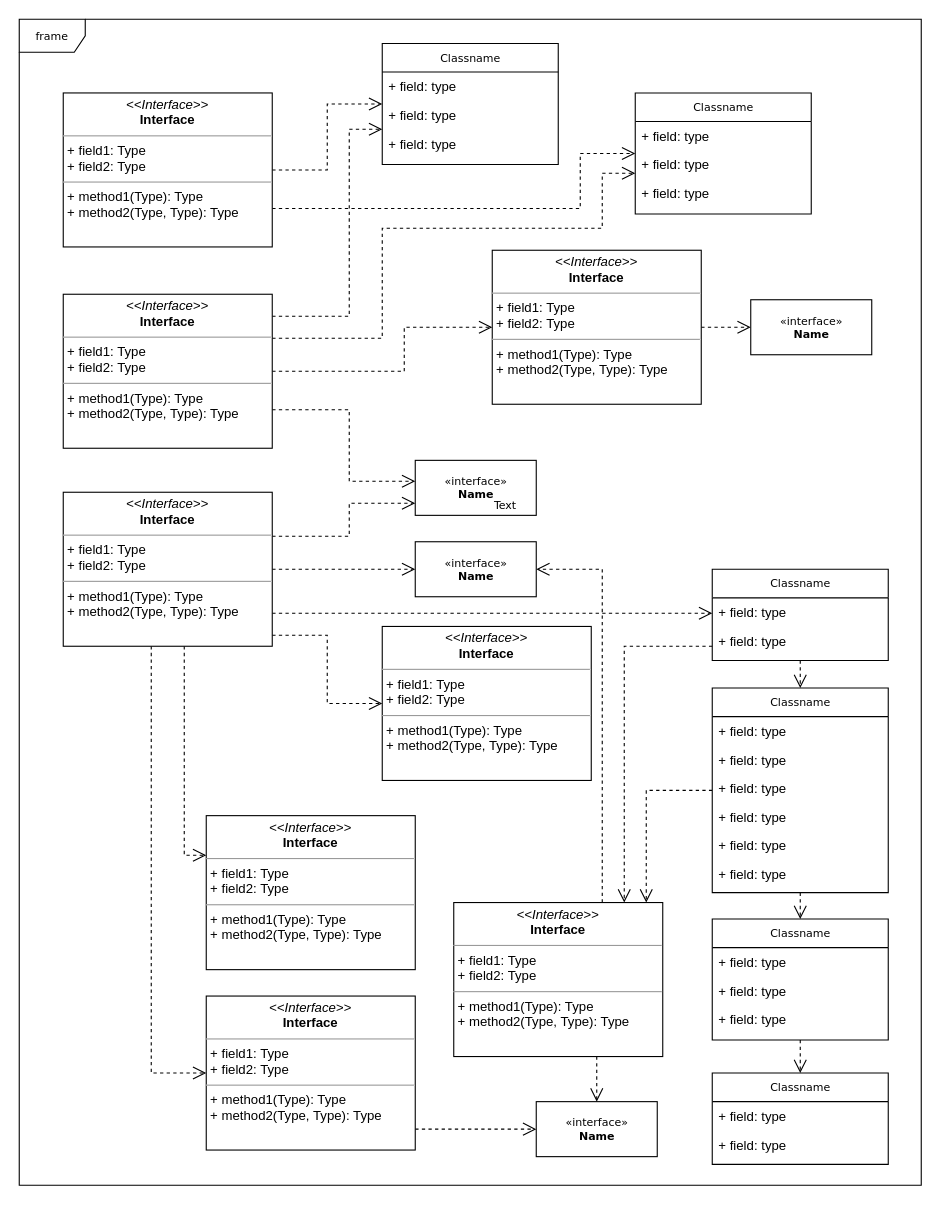
This is Диаграмма без названия.drawio from Verina19/Kours_Culinary, a draw.io file, before an edit. Source tidied: cells renumbered, new cells numbered last; positions are measured from the earlier drawing's top-left corner, leaving out a move shared by most shapes. Both pictures are drawn from the tidied source at 110%, with x=0, y=0 at pixel (19, 19).
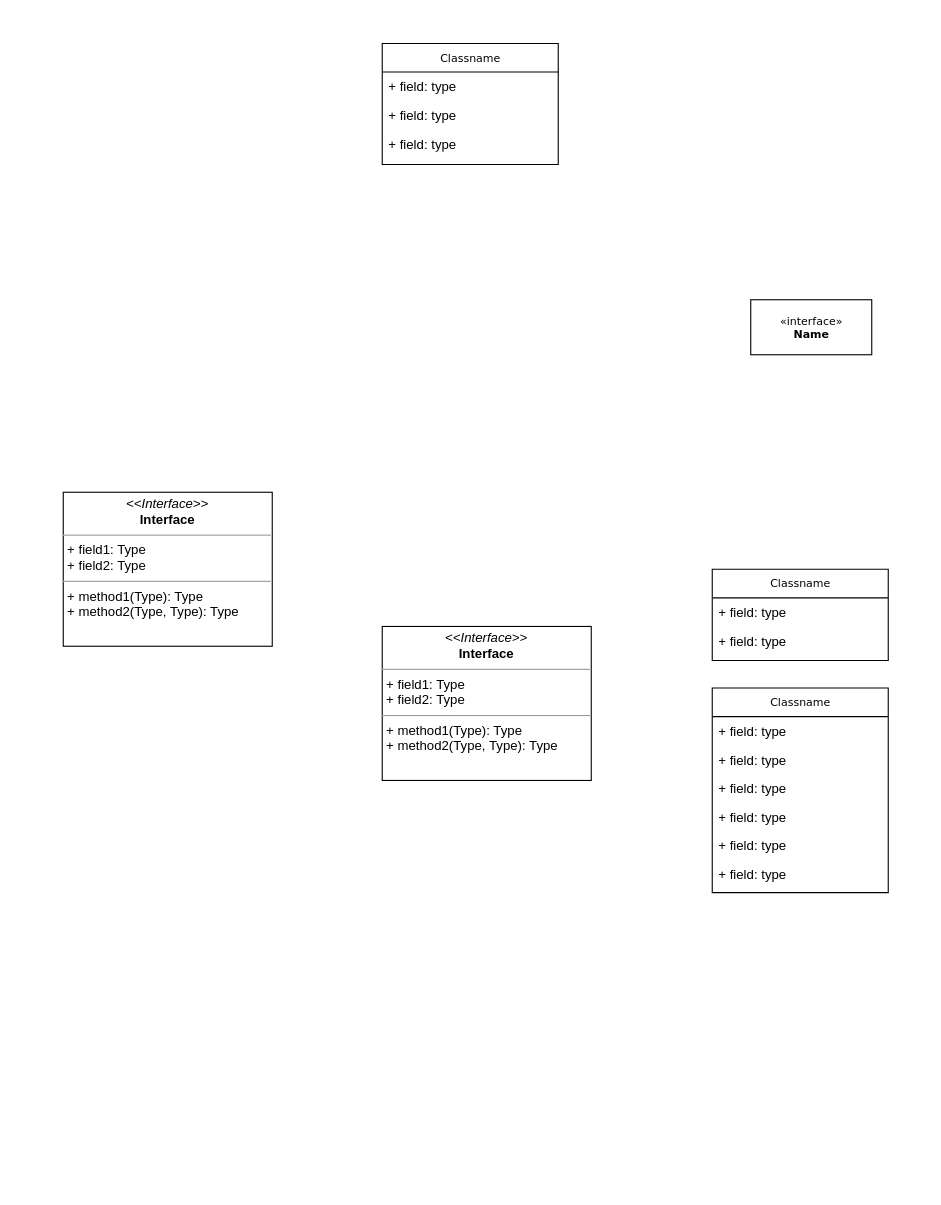
The same page after the edit.

Unchanged cells that the change refers to:
```xml
<mxCell id="5" value="Classname" style="swimlane;html=1;fontStyle=0;horizontal=1;startSize=26;fillColor=none;swimlaneFillColor=#ffffff;rounded=0;shadow=0;comic=0;labelBackgroundColor=none;strokeWidth=1;fontFamily=Verdana;fontSize=10;align=center;" parent="1" vertex="1">
  <mxGeometry x="630" y="608" width="160" height="186" as="geometry" />
</mxCell>
<mxCell id="12" value="Classname" style="swimlane;html=1;fontStyle=0;horizontal=1;startSize=26;fillColor=none;swimlaneFillColor=#ffffff;rounded=0;shadow=0;comic=0;labelBackgroundColor=none;strokeWidth=1;fontFamily=Verdana;fontSize=10;align=center;" parent="1" vertex="1">
  <mxGeometry x="330" y="22" width="160" height="110" as="geometry" />
</mxCell>
<mxCell id="29" value="Classname" style="swimlane;html=1;fontStyle=0;horizontal=1;startSize=26;fillColor=none;swimlaneFillColor=#ffffff;rounded=0;shadow=0;comic=0;labelBackgroundColor=none;strokeWidth=1;fontFamily=Verdana;fontSize=10;align=center;" parent="1" vertex="1">
  <mxGeometry x="630" y="500" width="160" height="83" as="geometry" />
</mxCell>
<mxCell id="36" value="&lt;p style=&quot;margin:0px;margin-top:4px;text-align:center;&quot;&gt;&lt;i&gt;&amp;lt;&amp;lt;Interface&amp;gt;&amp;gt;&lt;/i&gt;&lt;br/&gt;&lt;b&gt;Interface&lt;/b&gt;&lt;/p&gt;&lt;hr size=&quot;1&quot;/&gt;&lt;p style=&quot;margin:0px;margin-left:4px;&quot;&gt;+ field1: Type&lt;br/&gt;+ field2: Type&lt;/p&gt;&lt;hr size=&quot;1&quot;/&gt;&lt;p style=&quot;margin:0px;margin-left:4px;&quot;&gt;+ method1(Type): Type&lt;br/&gt;+ method2(Type, Type): Type&lt;/p&gt;" style="verticalAlign=top;align=left;overflow=fill;fontSize=12;fontFamily=Helvetica;html=1;rounded=0;shadow=0;comic=0;labelBackgroundColor=none;strokeWidth=1;" parent="1" vertex="1">
  <mxGeometry x="330" y="552" width="190" height="140" as="geometry" />
</mxCell>
<mxCell id="45" value="&amp;laquo;interface&amp;raquo;&lt;br&gt;&lt;b&gt;Name&lt;/b&gt;" style="html=1;rounded=0;shadow=0;comic=0;labelBackgroundColor=none;strokeWidth=1;fontFamily=Verdana;fontSize=10;align=center;" parent="1" vertex="1">
  <mxGeometry x="665" y="255" width="110" height="50" as="geometry" />
</mxCell>
<mxCell id="60" value="&lt;p style=&quot;margin:0px;margin-top:4px;text-align:center;&quot;&gt;&lt;i&gt;&amp;lt;&amp;lt;Interface&amp;gt;&amp;gt;&lt;/i&gt;&lt;br/&gt;&lt;b&gt;Interface&lt;/b&gt;&lt;/p&gt;&lt;hr size=&quot;1&quot;/&gt;&lt;p style=&quot;margin:0px;margin-left:4px;&quot;&gt;+ field1: Type&lt;br/&gt;+ field2: Type&lt;/p&gt;&lt;hr size=&quot;1&quot;/&gt;&lt;p style=&quot;margin:0px;margin-left:4px;&quot;&gt;+ method1(Type): Type&lt;br/&gt;+ method2(Type, Type): Type&lt;/p&gt;" style="verticalAlign=top;align=left;overflow=fill;fontSize=12;fontFamily=Helvetica;html=1;rounded=0;shadow=0;comic=0;labelBackgroundColor=none;strokeWidth=1;" parent="1" vertex="1">
  <mxGeometry x="40" y="430" width="190" height="140" as="geometry" />
</mxCell>
```

What changed in the source:
```diff
@@
-    <mxCell id="2" value="frame" style="shape=umlFrame;whiteSpace=wrap;html=1;rounded=0;shadow=0;comic=0;labelBackgroundColor=none;strokeWidth=1;fontFamily=Verdana;fontSize=10;align=center;" parent="1" vertex="1">
-      <mxGeometry width="820" height="1060" as="geometry" />
-    </mxCell>
-    <mxCell id="3" style="edgeStyle=orthogonalEdgeStyle;rounded=0;html=1;dashed=1;labelBackgroundColor=none;startFill=0;endArrow=open;endFill=0;endSize=10;fontFamily=Verdana;fontSize=10;" parent="1" edge="1" source="5" target="35">
-      <mxGeometry relative="1" as="geometry">
-        <Array as="points">
-          <mxPoint x="570" y="701" />
-        </Array>
-      </mxGeometry>
-    </mxCell>
-    <mxCell id="4" style="edgeStyle=orthogonalEdgeStyle;rounded=0;html=1;dashed=1;labelBackgroundColor=none;startFill=0;endArrow=open;endFill=0;endSize=10;fontFamily=Verdana;fontSize=10;" parent="1" edge="1" source="5" target="24">
-      <mxGeometry relative="1" as="geometry" />
-    </mxCell>
@@
-    <mxCell id="16" value="Classname" style="swimlane;html=1;fontStyle=0;horizontal=1;startSize=26;fillColor=none;swimlaneFillColor=#ffffff;rounded=0;shadow=0;comic=0;labelBackgroundColor=none;strokeWidth=1;fontFamily=Verdana;fontSize=10;align=center;" parent="1" vertex="1">
-      <mxGeometry x="560" y="67" width="160" height="110" as="geometry" />
-    </mxCell>
-    <mxCell id="17" value="+ field: type" style="text;html=1;strokeColor=none;fillColor=none;align=left;verticalAlign=top;spacingLeft=4;spacingRight=4;whiteSpace=wrap;overflow=hidden;" parent="16" vertex="1">
-      <mxGeometry y="26" width="160" height="26" as="geometry" />
-    </mxCell>
-    <mxCell id="18" value="+ field: type" style="text;html=1;strokeColor=none;fillColor=none;align=left;verticalAlign=top;spacingLeft=4;spacingRight=4;whiteSpace=wrap;overflow=hidden;" parent="16" vertex="1">
-      <mxGeometry y="52" width="160" height="26" as="geometry" />
-    </mxCell>
-    <mxCell id="19" value="+ field: type" style="text;html=1;strokeColor=none;fillColor=none;align=left;verticalAlign=top;spacingLeft=4;spacingRight=4;whiteSpace=wrap;overflow=hidden;" parent="16" vertex="1">
-      <mxGeometry y="78" width="160" height="26" as="geometry" />
-    </mxCell>
-    <mxCell id="20" value="Classname" style="swimlane;html=1;fontStyle=0;horizontal=1;startSize=26;fillColor=none;swimlaneFillColor=#ffffff;rounded=0;shadow=0;comic=0;labelBackgroundColor=none;strokeWidth=1;fontFamily=Verdana;fontSize=10;align=center;" parent="1" vertex="1">
-      <mxGeometry x="630" y="958" width="160" height="83" as="geometry" />
-    </mxCell>
-    <mxCell id="21" value="+ field: type" style="text;html=1;strokeColor=none;fillColor=none;align=left;verticalAlign=top;spacingLeft=4;spacingRight=4;whiteSpace=wrap;overflow=hidden;" parent="20" vertex="1">
-      <mxGeometry y="26" width="160" height="26" as="geometry" />
-    </mxCell>
-    <mxCell id="22" value="+ field: type" style="text;html=1;strokeColor=none;fillColor=none;align=left;verticalAlign=top;spacingLeft=4;spacingRight=4;whiteSpace=wrap;overflow=hidden;" parent="20" vertex="1">
-      <mxGeometry y="52" width="160" height="26" as="geometry" />
-    </mxCell>
-    <mxCell id="23" style="edgeStyle=orthogonalEdgeStyle;rounded=0;html=1;dashed=1;labelBackgroundColor=none;startFill=0;endArrow=open;endFill=0;endSize=10;fontFamily=Verdana;fontSize=10;" parent="1" edge="1" source="24" target="20">
-      <mxGeometry relative="1" as="geometry" />
-    </mxCell>
-    <mxCell id="24" value="Classname" style="swimlane;html=1;fontStyle=0;horizontal=1;startSize=26;fillColor=none;swimlaneFillColor=#ffffff;rounded=0;shadow=0;comic=0;labelBackgroundColor=none;strokeWidth=1;fontFamily=Verdana;fontSize=10;align=center;" parent="1" vertex="1">
-      <mxGeometry x="630" y="818" width="160" height="110" as="geometry" />
-    </mxCell>
-    <mxCell id="25" value="+ field: type" style="text;html=1;strokeColor=none;fillColor=none;align=left;verticalAlign=top;spacingLeft=4;spacingRight=4;whiteSpace=wrap;overflow=hidden;" parent="24" vertex="1">
-      <mxGeometry y="26" width="160" height="26" as="geometry" />
-    </mxCell>
-    <mxCell id="26" value="+ field: type" style="text;html=1;strokeColor=none;fillColor=none;align=left;verticalAlign=top;spacingLeft=4;spacingRight=4;whiteSpace=wrap;overflow=hidden;" parent="24" vertex="1">
-      <mxGeometry y="52" width="160" height="26" as="geometry" />
-    </mxCell>
-    <mxCell id="27" value="+ field: type" style="text;html=1;strokeColor=none;fillColor=none;align=left;verticalAlign=top;spacingLeft=4;spacingRight=4;whiteSpace=wrap;overflow=hidden;" parent="24" vertex="1">
-      <mxGeometry y="78" width="160" height="26" as="geometry" />
-    </mxCell>
-    <mxCell id="28" style="edgeStyle=orthogonalEdgeStyle;rounded=0;html=1;dashed=1;labelBackgroundColor=none;startFill=0;endArrow=open;endFill=0;endSize=10;fontFamily=Verdana;fontSize=10;" parent="1" edge="1" source="29" target="5">
-      <mxGeometry relative="1" as="geometry" />
-    </mxCell>
@@
-    <mxCell id="32" value="&amp;laquo;interface&amp;raquo;&lt;br&gt;&lt;b&gt;Name&lt;/b&gt;" style="html=1;rounded=0;shadow=0;comic=0;labelBackgroundColor=none;strokeWidth=1;fontFamily=Verdana;fontSize=10;align=center;" parent="1" vertex="1">
-      <mxGeometry x="470" y="984" width="110" height="50" as="geometry" />
-    </mxCell>
-    <mxCell id="33" style="edgeStyle=orthogonalEdgeStyle;rounded=0;html=1;dashed=1;labelBackgroundColor=none;startFill=0;endArrow=open;endFill=0;endSize=10;fontFamily=Verdana;fontSize=10;" parent="1" edge="1" source="35" target="32">
-      <mxGeometry relative="1" as="geometry">
-        <Array as="points">
-          <mxPoint x="525" y="950" />
-          <mxPoint x="525" y="950" />
-        </Array>
-      </mxGeometry>
-    </mxCell>
-    <mxCell id="34" style="edgeStyle=orthogonalEdgeStyle;rounded=0;html=1;dashed=1;labelBackgroundColor=none;startFill=0;endArrow=open;endFill=0;endSize=10;fontFamily=Verdana;fontSize=10;" parent="1" edge="1" source="35" target="40">
-      <mxGeometry relative="1" as="geometry">
-        <Array as="points">
-          <mxPoint x="530" y="500" />
-        </Array>
-      </mxGeometry>
-    </mxCell>
-    <mxCell id="35" value="&lt;p style=&quot;margin:0px;margin-top:4px;text-align:center;&quot;&gt;&lt;i&gt;&amp;lt;&amp;lt;Interface&amp;gt;&amp;gt;&lt;/i&gt;&lt;br/&gt;&lt;b&gt;Interface&lt;/b&gt;&lt;/p&gt;&lt;hr size=&quot;1&quot;/&gt;&lt;p style=&quot;margin:0px;margin-left:4px;&quot;&gt;+ field1: Type&lt;br/&gt;+ field2: Type&lt;/p&gt;&lt;hr size=&quot;1&quot;/&gt;&lt;p style=&quot;margin:0px;margin-left:4px;&quot;&gt;+ method1(Type): Type&lt;br/&gt;+ method2(Type, Type): Type&lt;/p&gt;" style="verticalAlign=top;align=left;overflow=fill;fontSize=12;fontFamily=Helvetica;html=1;rounded=0;shadow=0;comic=0;labelBackgroundColor=none;strokeWidth=1;" parent="1" vertex="1">
-      <mxGeometry x="395" y="803" width="190" height="140" as="geometry" />
-    </mxCell>
@@
-    <mxCell id="37" style="edgeStyle=orthogonalEdgeStyle;rounded=0;html=1;dashed=1;labelBackgroundColor=none;startFill=0;endArrow=open;endFill=0;endSize=10;fontFamily=Verdana;fontSize=10;" parent="1" edge="1" source="38" target="32">
-      <mxGeometry relative="1" as="geometry">
-        <Array as="points">
-          <mxPoint x="390" y="1009" />
-          <mxPoint x="390" y="1009" />
-        </Array>
-      </mxGeometry>
-    </mxCell>
-    <mxCell id="38" value="&lt;p style=&quot;margin:0px;margin-top:4px;text-align:center;&quot;&gt;&lt;i&gt;&amp;lt;&amp;lt;Interface&amp;gt;&amp;gt;&lt;/i&gt;&lt;br/&gt;&lt;b&gt;Interface&lt;/b&gt;&lt;/p&gt;&lt;hr size=&quot;1&quot;/&gt;&lt;p style=&quot;margin:0px;margin-left:4px;&quot;&gt;+ field1: Type&lt;br/&gt;+ field2: Type&lt;/p&gt;&lt;hr size=&quot;1&quot;/&gt;&lt;p style=&quot;margin:0px;margin-left:4px;&quot;&gt;+ method1(Type): Type&lt;br/&gt;+ method2(Type, Type): Type&lt;/p&gt;" style="verticalAlign=top;align=left;overflow=fill;fontSize=12;fontFamily=Helvetica;html=1;rounded=0;shadow=0;comic=0;labelBackgroundColor=none;strokeWidth=1;" parent="1" vertex="1">
-      <mxGeometry x="170" y="888" width="190" height="140" as="geometry" />
-    </mxCell>
-    <mxCell id="39" value="&lt;p style=&quot;margin:0px;margin-top:4px;text-align:center;&quot;&gt;&lt;i&gt;&amp;lt;&amp;lt;Interface&amp;gt;&amp;gt;&lt;/i&gt;&lt;br/&gt;&lt;b&gt;Interface&lt;/b&gt;&lt;/p&gt;&lt;hr size=&quot;1&quot;/&gt;&lt;p style=&quot;margin:0px;margin-left:4px;&quot;&gt;+ field1: Type&lt;br/&gt;+ field2: Type&lt;/p&gt;&lt;hr size=&quot;1&quot;/&gt;&lt;p style=&quot;margin:0px;margin-left:4px;&quot;&gt;+ method1(Type): Type&lt;br/&gt;+ method2(Type, Type): Type&lt;/p&gt;" style="verticalAlign=top;align=left;overflow=fill;fontSize=12;fontFamily=Helvetica;html=1;rounded=0;shadow=0;comic=0;labelBackgroundColor=none;strokeWidth=1;" parent="1" vertex="1">
-      <mxGeometry x="170" y="724" width="190" height="140" as="geometry" />
-    </mxCell>
-    <mxCell id="40" value="&amp;laquo;interface&amp;raquo;&lt;br&gt;&lt;b&gt;Name&lt;/b&gt;" style="html=1;rounded=0;shadow=0;comic=0;labelBackgroundColor=none;strokeWidth=1;fontFamily=Verdana;fontSize=10;align=center;" parent="1" vertex="1">
-      <mxGeometry x="360" y="475" width="110" height="50" as="geometry" />
-    </mxCell>
-    <mxCell id="41" value="&amp;laquo;interface&amp;raquo;&lt;br&gt;&lt;b&gt;Name&lt;/b&gt;" style="html=1;rounded=0;shadow=0;comic=0;labelBackgroundColor=none;strokeWidth=1;fontFamily=Verdana;fontSize=10;align=center;" parent="1" vertex="1">
-      <mxGeometry x="360" y="401" width="110" height="50" as="geometry" />
-    </mxCell>
-    <mxCell id="42" style="edgeStyle=orthogonalEdgeStyle;rounded=0;html=1;dashed=1;labelBackgroundColor=none;startFill=0;endArrow=open;endFill=0;endSize=10;fontFamily=Verdana;fontSize=10;" parent="1" edge="1" source="43" target="45">
-      <mxGeometry relative="1" as="geometry" />
-    </mxCell>
-    <mxCell id="43" value="&lt;p style=&quot;margin:0px;margin-top:4px;text-align:center;&quot;&gt;&lt;i&gt;&amp;lt;&amp;lt;Interface&amp;gt;&amp;gt;&lt;/i&gt;&lt;br/&gt;&lt;b&gt;Interface&lt;/b&gt;&lt;/p&gt;&lt;hr size=&quot;1&quot;/&gt;&lt;p style=&quot;margin:0px;margin-left:4px;&quot;&gt;+ field1: Type&lt;br/&gt;+ field2: Type&lt;/p&gt;&lt;hr size=&quot;1&quot;/&gt;&lt;p style=&quot;margin:0px;margin-left:4px;&quot;&gt;+ method1(Type): Type&lt;br/&gt;+ method2(Type, Type): Type&lt;/p&gt;" style="verticalAlign=top;align=left;overflow=fill;fontSize=12;fontFamily=Helvetica;html=1;rounded=0;shadow=0;comic=0;labelBackgroundColor=none;strokeWidth=1;" parent="1" vertex="1">
-      <mxGeometry x="430" y="210" width="190" height="140" as="geometry" />
-    </mxCell>
-    <mxCell id="44" value="Text" style="text;html=1;align=left;verticalAlign=top;spacingTop=-4;fontSize=10;fontFamily=Verdana;fontColor=#000000;" parent="1" vertex="1">
-      <mxGeometry x="430" y="434" width="40" height="10" as="geometry" />
-    </mxCell>
@@
-    <mxCell id="46" style="edgeStyle=orthogonalEdgeStyle;rounded=0;html=1;labelBackgroundColor=none;startFill=0;endArrow=open;endFill=0;endSize=10;fontFamily=Verdana;fontSize=10;dashed=1;" parent="1" edge="1" source="48" target="12">
-      <mxGeometry relative="1" as="geometry" />
-    </mxCell>
-    <mxCell id="47" style="edgeStyle=orthogonalEdgeStyle;rounded=0;html=1;exitX=1;exitY=0.75;dashed=1;labelBackgroundColor=none;startFill=0;endArrow=open;endFill=0;endSize=10;fontFamily=Verdana;fontSize=10;" parent="1" edge="1" source="48" target="16">
-      <mxGeometry relative="1" as="geometry">
-        <Array as="points">
-          <mxPoint x="510" y="172" />
-          <mxPoint x="510" y="122" />
-        </Array>
-      </mxGeometry>
-    </mxCell>
-    <mxCell id="48" value="&lt;p style=&quot;margin:0px;margin-top:4px;text-align:center;&quot;&gt;&lt;i&gt;&amp;lt;&amp;lt;Interface&amp;gt;&amp;gt;&lt;/i&gt;&lt;br/&gt;&lt;b&gt;Interface&lt;/b&gt;&lt;/p&gt;&lt;hr size=&quot;1&quot;/&gt;&lt;p style=&quot;margin:0px;margin-left:4px;&quot;&gt;+ field1: Type&lt;br/&gt;+ field2: Type&lt;/p&gt;&lt;hr size=&quot;1&quot;/&gt;&lt;p style=&quot;margin:0px;margin-left:4px;&quot;&gt;+ method1(Type): Type&lt;br/&gt;+ method2(Type, Type): Type&lt;/p&gt;" style="verticalAlign=top;align=left;overflow=fill;fontSize=12;fontFamily=Helvetica;html=1;rounded=0;shadow=0;comic=0;labelBackgroundColor=none;strokeWidth=1;" parent="1" vertex="1">
-      <mxGeometry x="40" y="67" width="190" height="140" as="geometry" />
-    </mxCell>
-    <mxCell id="49" style="edgeStyle=orthogonalEdgeStyle;rounded=0;html=1;dashed=1;labelBackgroundColor=none;startFill=0;endArrow=open;endFill=0;endSize=10;fontFamily=Verdana;fontSize=10;" parent="1" edge="1" source="53" target="12">
-      <mxGeometry relative="1" as="geometry">
-        <Array as="points">
-          <mxPoint x="300" y="270" />
-          <mxPoint x="300" y="100" />
-        </Array>
-      </mxGeometry>
-    </mxCell>
-    <mxCell id="50" style="edgeStyle=orthogonalEdgeStyle;rounded=0;html=1;dashed=1;labelBackgroundColor=none;startFill=0;endArrow=open;endFill=0;endSize=10;fontFamily=Verdana;fontSize=10;" parent="1" edge="1" source="53" target="16">
-      <mxGeometry relative="1" as="geometry">
-        <Array as="points">
-          <mxPoint x="330" y="290" />
-          <mxPoint x="330" y="190" />
-          <mxPoint x="530" y="190" />
-          <mxPoint x="530" y="140" />
-        </Array>
-      </mxGeometry>
-    </mxCell>
-    <mxCell id="51" style="edgeStyle=orthogonalEdgeStyle;rounded=0;html=1;dashed=1;labelBackgroundColor=none;startFill=0;endArrow=open;endFill=0;endSize=10;fontFamily=Verdana;fontSize=10;" parent="1" edge="1" source="53" target="43">
-      <mxGeometry relative="1" as="geometry">
-        <Array as="points">
-          <mxPoint x="350" y="320" />
-          <mxPoint x="350" y="280" />
-        </Array>
-      </mxGeometry>
-    </mxCell>
-    <mxCell id="52" style="edgeStyle=orthogonalEdgeStyle;rounded=0;html=1;exitX=1;exitY=0.75;dashed=1;labelBackgroundColor=none;startFill=0;endArrow=open;endFill=0;endSize=10;fontFamily=Verdana;fontSize=10;" parent="1" edge="1" source="53" target="41">
-      <mxGeometry relative="1" as="geometry">
-        <Array as="points">
-          <mxPoint x="300" y="355" />
-          <mxPoint x="300" y="420" />
-        </Array>
-      </mxGeometry>
-    </mxCell>
-    <mxCell id="53" value="&lt;p style=&quot;margin:0px;margin-top:4px;text-align:center;&quot;&gt;&lt;i&gt;&amp;lt;&amp;lt;Interface&amp;gt;&amp;gt;&lt;/i&gt;&lt;br/&gt;&lt;b&gt;Interface&lt;/b&gt;&lt;/p&gt;&lt;hr size=&quot;1&quot;/&gt;&lt;p style=&quot;margin:0px;margin-left:4px;&quot;&gt;+ field1: Type&lt;br/&gt;+ field2: Type&lt;/p&gt;&lt;hr size=&quot;1&quot;/&gt;&lt;p style=&quot;margin:0px;margin-left:4px;&quot;&gt;+ method1(Type): Type&lt;br/&gt;+ method2(Type, Type): Type&lt;/p&gt;" style="verticalAlign=top;align=left;overflow=fill;fontSize=12;fontFamily=Helvetica;html=1;rounded=0;shadow=0;comic=0;labelBackgroundColor=none;strokeWidth=1;" parent="1" vertex="1">
-      <mxGeometry x="40" y="250" width="190" height="140" as="geometry" />
-    </mxCell>
-    <mxCell id="54" style="edgeStyle=orthogonalEdgeStyle;rounded=0;html=1;dashed=1;labelBackgroundColor=none;startFill=0;endArrow=open;endFill=0;endSize=10;fontFamily=Verdana;fontSize=10;" parent="1" edge="1" source="60" target="41">
-      <mxGeometry relative="1" as="geometry">
-        <Array as="points">
-          <mxPoint x="300" y="470" />
-          <mxPoint x="300" y="440" />
-        </Array>
-      </mxGeometry>
-    </mxCell>
-    <mxCell id="55" style="edgeStyle=orthogonalEdgeStyle;rounded=0;html=1;dashed=1;labelBackgroundColor=none;startFill=0;endArrow=open;endFill=0;endSize=10;fontFamily=Verdana;fontSize=10;" parent="1" edge="1" source="60" target="40">
-      <mxGeometry relative="1" as="geometry" />
-    </mxCell>
-    <mxCell id="56" style="edgeStyle=orthogonalEdgeStyle;rounded=0;html=1;dashed=1;labelBackgroundColor=none;startFill=0;endArrow=open;endFill=0;endSize=10;fontFamily=Verdana;fontSize=10;" parent="1" edge="1" source="60" target="36">
-      <mxGeometry relative="1" as="geometry">
-        <Array as="points">
-          <mxPoint x="280" y="560" />
-          <mxPoint x="280" y="622" />
-        </Array>
-      </mxGeometry>
-    </mxCell>
-    <mxCell id="57" style="edgeStyle=orthogonalEdgeStyle;rounded=0;html=1;dashed=1;labelBackgroundColor=none;startFill=0;endArrow=open;endFill=0;endSize=10;fontFamily=Verdana;fontSize=10;" parent="1" edge="1" source="60" target="29">
-      <mxGeometry relative="1" as="geometry">
-        <Array as="points">
-          <mxPoint x="330" y="540" />
-          <mxPoint x="330" y="540" />
-        </Array>
-      </mxGeometry>
-    </mxCell>
-    <mxCell id="58" style="edgeStyle=orthogonalEdgeStyle;rounded=0;html=1;dashed=1;labelBackgroundColor=none;startFill=0;endArrow=open;endFill=0;endSize=10;fontFamily=Verdana;fontSize=10;" parent="1" edge="1" source="60" target="39">
-      <mxGeometry relative="1" as="geometry">
-        <Array as="points">
-          <mxPoint x="150" y="760" />
-        </Array>
-      </mxGeometry>
-    </mxCell>
-    <mxCell id="59" style="edgeStyle=orthogonalEdgeStyle;rounded=0;html=1;dashed=1;labelBackgroundColor=none;startFill=0;endArrow=open;endFill=0;endSize=10;fontFamily=Verdana;fontSize=10;" parent="1" edge="1" source="60" target="38">
-      <mxGeometry relative="1" as="geometry">
-        <Array as="points">
-          <mxPoint x="120" y="958" />
-        </Array>
-      </mxGeometry>
-    </mxCell>
@@
-    <mxCell id="61" style="edgeStyle=orthogonalEdgeStyle;rounded=0;html=1;dashed=1;labelBackgroundColor=none;startFill=0;endArrow=open;endFill=0;endSize=10;fontFamily=Verdana;fontSize=10;" parent="1" edge="1" source="29" target="35">
-      <mxGeometry relative="1" as="geometry">
-        <Array as="points">
-          <mxPoint x="550" y="570" />
-        </Array>
-      </mxGeometry>
-    </mxCell>
```
